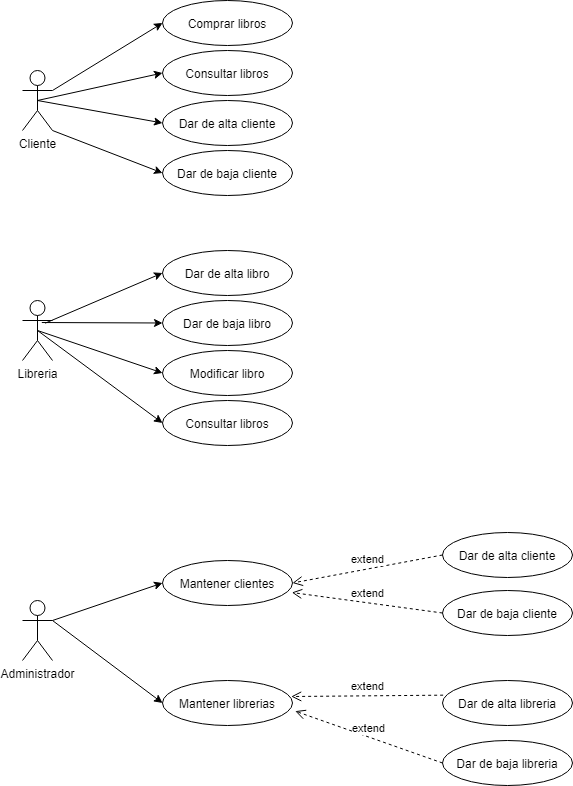
The draw.io diagram imgReadme/DiagramaUso.png in AlbertoArroyoS/Alten-Practicas, before a commit. Source tidied: cells renumbered, new cells last; positions are measured from the earlier drawing's top-left corner, leaving out a move shared by most shapes.
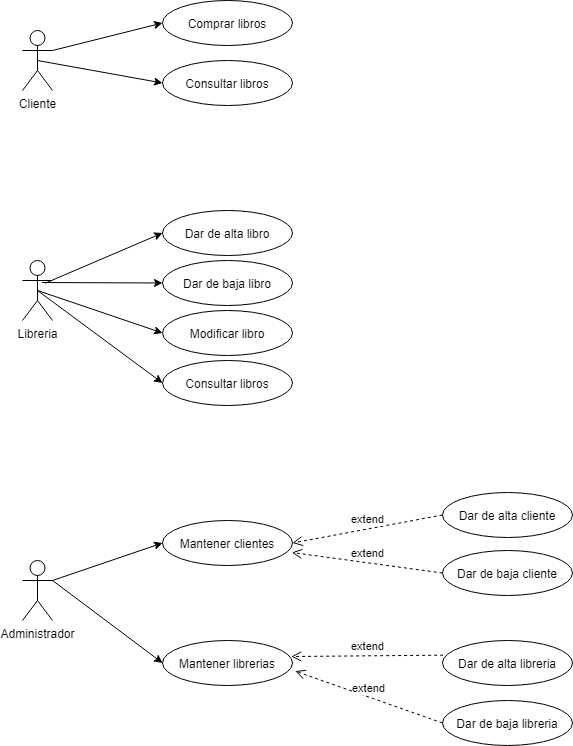
The same file after the commit.

Commit message:
Diagrama de usos actualizado

Change to the diagram source:
```diff
@@ -9,14 +9,11 @@
       <mxGeometry y="300" width="30" height="60" as="geometry" />
     </mxCell>
     <mxCell id="4" value="Comprar libros" style="ellipse;whiteSpace=wrap;html=1;" parent="1" vertex="1">
-      <mxGeometry x="140" width="130" height="45" as="geometry" />
+      <mxGeometry x="140" y="40" width="130" height="45" as="geometry" />
     </mxCell>
     <mxCell id="5" value="Consultar libros" style="ellipse;whiteSpace=wrap;html=1;" parent="1" vertex="1">
-      <mxGeometry x="140" y="50" width="130" height="45" as="geometry" />
+      <mxGeometry x="140" y="100" width="130" height="45" as="geometry" />
     </mxCell>
-    <mxCell id="6" value="Dar de baja cliente" style="ellipse;whiteSpace=wrap;html=1;" parent="1" vertex="1">
-      <mxGeometry x="140" y="150" width="130" height="45" as="geometry" />
-    </mxCell>
     <mxCell id="7" value="Dar de alta libro" style="ellipse;whiteSpace=wrap;html=1;" parent="1" vertex="1">
       <mxGeometry x="140" y="250" width="130" height="45" as="geometry" />
     </mxCell>
@@ -62,9 +59,6 @@
     <mxCell id="21" value="Consultar libros" style="ellipse;whiteSpace=wrap;html=1;" parent="1" vertex="1">
       <mxGeometry x="140" y="400" width="130" height="45" as="geometry" />
     </mxCell>
-    <mxCell id="22" value="Dar de alta cliente" style="ellipse;whiteSpace=wrap;html=1;" parent="1" vertex="1">
-      <mxGeometry x="140" y="100" width="130" height="45" as="geometry" />
-    </mxCell>
     <mxCell id="23" style="endArrow=classic;html=1;exitX=0.756;exitY=0.378;exitDx=0;exitDy=0;exitPerimeter=0;entryX=0;entryY=0.5;entryDx=0;entryDy=0;" parent="1" edge="1" source="3" target="7">
       <mxGeometry relative="1" as="geometry" />
     </mxCell>
@@ -83,12 +77,6 @@
     <mxCell id="28" style="endArrow=classic;html=1;exitX=0.5;exitY=0.5;exitDx=0;exitDy=0;exitPerimeter=0;entryX=0;entryY=0.5;entryDx=0;entryDy=0;" parent="1" edge="1" source="2" target="5">
       <mxGeometry relative="1" as="geometry" />
     </mxCell>
-    <mxCell id="29" style="endArrow=classic;html=1;exitX=0.5;exitY=0.5;exitDx=0;exitDy=0;exitPerimeter=0;entryX=0;entryY=0.5;entryDx=0;entryDy=0;" parent="1" edge="1" source="2" target="22">
-      <mxGeometry relative="1" as="geometry" />
-    </mxCell>
-    <mxCell id="30" style="endArrow=classic;html=1;exitX=1;exitY=1;exitDx=0;exitDy=0;exitPerimeter=0;entryX=0;entryY=0.5;entryDx=0;entryDy=0;" parent="1" edge="1" source="2" target="6">
-      <mxGeometry relative="1" as="geometry" />
-    </mxCell>
     <mxCell id="31" style="endArrow=classic;html=1;exitX=1;exitY=0.3333333333333333;exitDx=0;exitDy=0;exitPerimeter=0;entryX=0;entryY=0.5;entryDx=0;entryDy=0;" parent="1" edge="1" source="8" target="13">
       <mxGeometry relative="1" as="geometry" />
     </mxCell>
```
